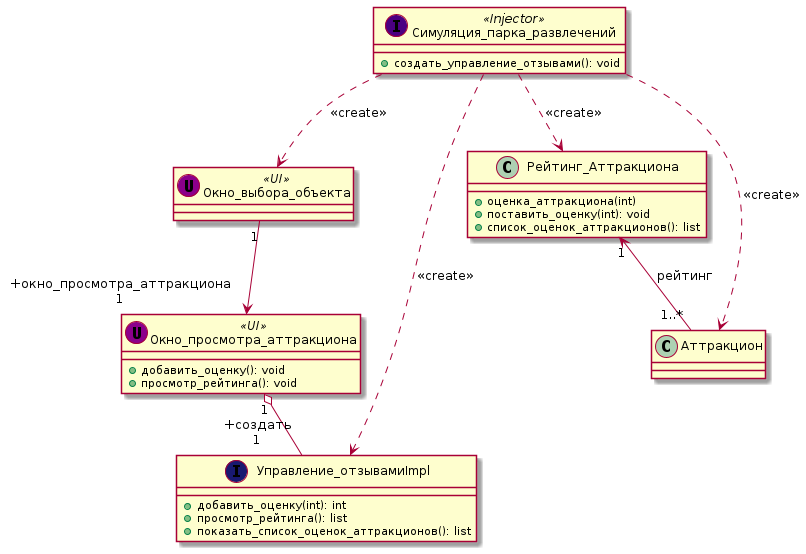
Earlier version of the PlantUML export description/images-ru/class-develop-rating.png (mzhirko/amusement-park).
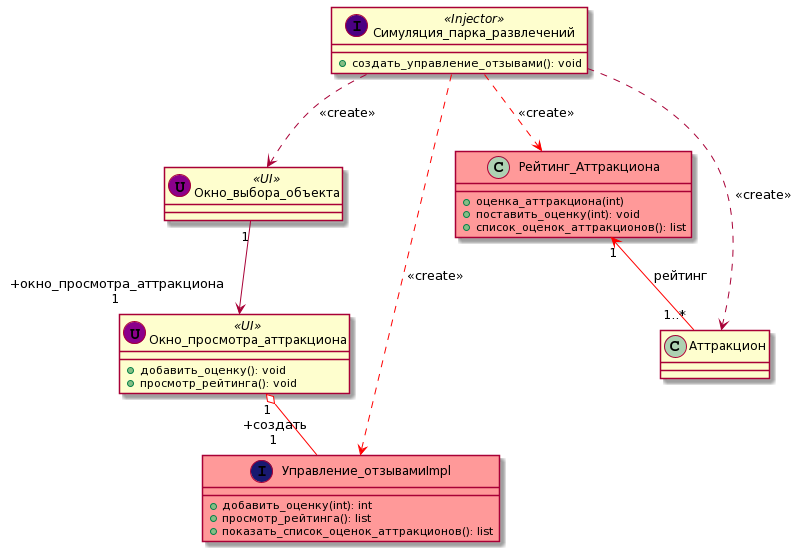
Above is the later version.

Change to the diagram source:
```diff
@@ -1,11 +1,11 @@
 @startuml
 Симуляция_парка_развлечений ..> Окно_выбора_объекта: <<create>>
 Окно_выбора_объекта  "1" --> " +окно_просмотра_аттракциона\n1" Окно_просмотра_аттракциона
-Симуляция_парка_развлечений ..> Управление_отзывамиImpl: <<create>>
-Окно_просмотра_аттракциона "1" o-- " +создать\n1" Управление_отзывамиImpl
-Симуляция_парка_развлечений ..> Рейтинг_Аттракциона: <<create>>
+Симуляция_парка_развлечений .[#red].> Управление_отзывамиImpl: <<create>>
+Окно_просмотра_аттракциона "1" o-[#red]- " +создать\n1" Управление_отзывамиImpl
+Симуляция_парка_развлечений .[#red].> Рейтинг_Аттракциона: <<create>>
 Симуляция_парка_развлечений ..> Аттракцион: <<create>>
-Рейтинг_Аттракциона "1" <-- "1..*" Аттракцион: рейтинг
+Рейтинг_Аттракциона "1" <-[#red]- "1..*" Аттракцион: рейтинг
 
 class Симуляция_парка_развлечений << (I,Indigo) Injector >> {
 + создать_управление_отзывами(): void
@@ -22,7 +22,7 @@
     + просмотр_рейтинга(): void
 }
 
-class Рейтинг_Аттракциона {
+class Рейтинг_Аттракциона #ff9999 {
     + оценка_аттракциона(int)
     + поставить_оценку(int): void
     + список_оценок_аттракционов(): list
@@ -34,5 +34,6 @@
 class Окно_выбора_объекта << (U,DarkMagenta) UI>> {
 }
 
-
+class Управление_отзывамиImpl #ff9999 {
+}
 @enduml
```
